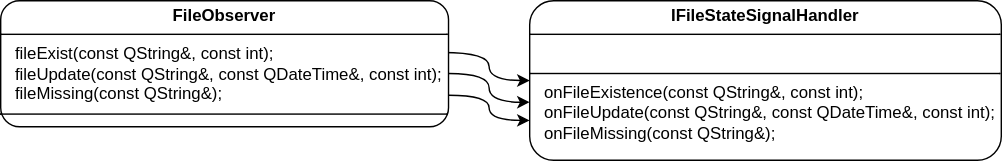
The draw.io diagram ReadmeDoc/SignalsAndSlots.svg in ILoveHumanity/FileWarden, before a commit. Source tidied: cells renumbered, new cells last; positions are measured from the earlier drawing's top-left corner, leaving out a move shared by most shapes.
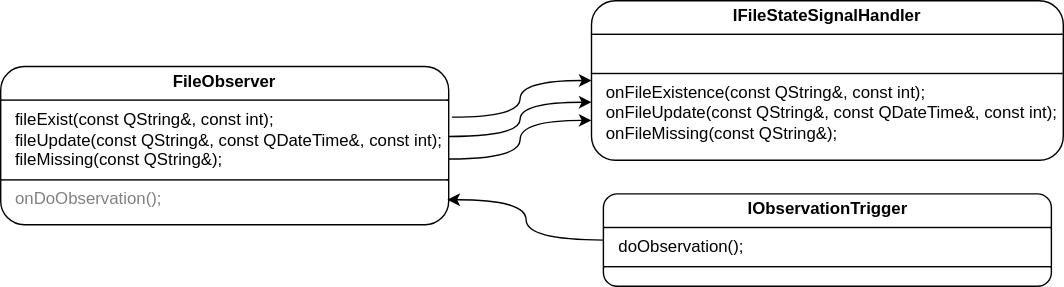
After the change.

Change to the diagram source:
```diff
@@ -2,20 +2,26 @@
   <root>
     <mxCell id="0" />
     <mxCell id="1" parent="0" />
-    <mxCell id="2" style="edgeStyle=orthogonalEdgeStyle;rounded=0;jettySize=auto;html=1;exitX=0.987;exitY=0.411;exitDx=0;exitDy=0;entryX=0;entryY=0.5;entryDx=0;entryDy=0;exitPerimeter=0;curved=1;" parent="1" edge="1" source="3" target="4">
+    <mxCell id="2" style="edgeStyle=orthogonalEdgeStyle;rounded=0;jettySize=auto;html=1;entryX=0;entryY=0.5;entryDx=0;entryDy=0;curved=1;exitX=1.007;exitY=0.32;exitDx=0;exitDy=0;exitPerimeter=0;" parent="1" edge="1" source="3" target="4">
       <mxGeometry relative="1" as="geometry" />
     </mxCell>
-    <mxCell id="3" value="&lt;p style=&quot;margin: 4px 0px 0px;&quot;&gt;&lt;b&gt;FileObserver&lt;/b&gt;&lt;/p&gt;&lt;hr size=&quot;1&quot; style=&quot;border-style:solid;&quot;&gt;&lt;p style=&quot;text-align: left; margin: 0px 0px 0px 4px;&quot;&gt;&amp;nbsp; fileExist(const QString&amp;amp;, const int);&lt;/p&gt;&lt;p style=&quot;text-align: left; margin: 0px 0px 0px 4px;&quot;&gt;&amp;nbsp; fileUpdate(const QString&amp;amp;,&amp;nbsp;&lt;span style=&quot;background-color: transparent; color: light-dark(rgb(0, 0, 0), rgb(255, 255, 255));&quot;&gt;const QDateTime&amp;amp;&lt;/span&gt;&lt;span style=&quot;background-color: transparent; color: light-dark(rgb(0, 0, 0), rgb(255, 255, 255));&quot;&gt;, const int);&lt;/span&gt;&lt;/p&gt;&lt;p style=&quot;text-align: left; margin: 0px 0px 0px 4px;&quot;&gt;&amp;nbsp; fileMissing(const QString&amp;amp;);&lt;/p&gt;&lt;hr size=&quot;1&quot; style=&quot;border-style:solid;&quot;&gt;&lt;p style=&quot;margin:0px;margin-left:4px;&quot;&gt;&lt;br&gt;&lt;/p&gt;" style="verticalAlign=top;align=center;overflow=fill;html=1;whiteSpace=wrap;rounded=1;" parent="1" vertex="1">
-      <mxGeometry width="320" height="90" as="geometry" />
+    <mxCell id="3" value="&lt;p style=&quot;margin: 4px 0px 0px;&quot;&gt;&lt;b&gt;FileObserver&lt;/b&gt;&lt;/p&gt;&lt;hr size=&quot;1&quot; style=&quot;border-style:solid;&quot;&gt;&lt;p style=&quot;text-align: left; margin: 0px 0px 0px 4px;&quot;&gt;&amp;nbsp; fileExist(const QString&amp;amp;, const int);&lt;/p&gt;&lt;p style=&quot;text-align: left; margin: 0px 0px 0px 4px;&quot;&gt;&amp;nbsp; fileUpdate(const QString&amp;amp;,&amp;nbsp;&lt;span style=&quot;background-color: transparent; color: light-dark(rgb(0, 0, 0), rgb(255, 255, 255));&quot;&gt;const QDateTime&amp;amp;&lt;/span&gt;&lt;span style=&quot;background-color: transparent; color: light-dark(rgb(0, 0, 0), rgb(255, 255, 255));&quot;&gt;, const int);&lt;/span&gt;&lt;/p&gt;&lt;p style=&quot;text-align: left; margin: 0px 0px 0px 4px;&quot;&gt;&amp;nbsp; fileMissing(const QString&amp;amp;);&lt;/p&gt;&lt;hr size=&quot;1&quot; style=&quot;border-style:solid;&quot;&gt;&lt;font&gt;&lt;div style=&quot;&quot;&gt;&lt;p style=&quot;text-align: left; margin: 0px 0px 0px 4px;&quot;&gt;&lt;font style=&quot;color: light-dark(rgb(128, 128, 128), rgb(255, 255, 255));&quot;&gt;&amp;nbsp; &lt;/font&gt;&lt;span style=&quot;text-align: center;&quot;&gt;&lt;font style=&quot;color: light-dark(rgb(128, 128, 128), rgb(255, 255, 255));&quot;&gt;onDoObservation();&lt;/font&gt;&lt;/span&gt;&lt;/p&gt;&lt;/div&gt;&lt;/font&gt;&lt;div&gt;&lt;p style=&quot;text-align: left; margin: 0px 0px 0px 4px;&quot;&gt;&lt;br&gt;&lt;/p&gt;&lt;/div&gt;" style="verticalAlign=top;align=center;overflow=fill;html=1;whiteSpace=wrap;rounded=1;" parent="1" vertex="1">
+      <mxGeometry x="-33" y="41" width="320" height="113" as="geometry" />
     </mxCell>
     <mxCell id="4" value="&lt;p style=&quot;margin: 4px 0px 0px;&quot;&gt;&lt;span style=&quot;background-color: transparent;&quot;&gt;&lt;b&gt;IFileStateSignalHandler&lt;/b&gt;&lt;/span&gt;&lt;/p&gt;&lt;hr size=&quot;1&quot; style=&quot;border-style:solid;&quot;&gt;&lt;p style=&quot;text-align: left; margin: 0px 0px 0px 4px;&quot;&gt;&lt;br&gt;&lt;/p&gt;&lt;hr size=&quot;1&quot; style=&quot;border-style:solid;&quot;&gt;&lt;p style=&quot;text-align: left; margin: 0px 0px 0px 4px;&quot;&gt;&amp;nbsp; onFileExistence(const QString&amp;amp;, const int);&lt;/p&gt;&lt;p style=&quot;text-align: left; margin: 0px 0px 0px 4px;&quot;&gt;&amp;nbsp; onFileUpdate(const QString&amp;amp;, const QDateTime&amp;amp;, const int);&lt;/p&gt;&lt;p style=&quot;text-align: left; margin: 0px 0px 0px 4px;&quot;&gt;&amp;nbsp; onFileMissing(const QString&amp;amp;);&lt;/p&gt;" style="verticalAlign=top;align=center;overflow=fill;html=1;whiteSpace=wrap;rounded=1;" parent="1" vertex="1">
-      <mxGeometry x="378" width="337" height="114" as="geometry" />
+      <mxGeometry x="389" y="-6" width="337" height="114" as="geometry" />
     </mxCell>
-    <mxCell id="5" style="edgeStyle=orthogonalEdgeStyle;rounded=0;jettySize=auto;html=1;exitX=1;exitY=0.578;exitDx=0;exitDy=0;entryX=0;entryY=0.636;entryDx=0;entryDy=0;curved=1;entryPerimeter=0;exitPerimeter=0;" parent="1" edge="1" source="3" target="4">
+    <mxCell id="5" style="edgeStyle=orthogonalEdgeStyle;rounded=0;jettySize=auto;html=1;exitX=1;exitY=0.442;exitDx=0;exitDy=0;entryX=0;entryY=0.636;entryDx=0;entryDy=0;curved=1;entryPerimeter=0;exitPerimeter=0;" parent="1" edge="1" source="3" target="4">
       <mxGeometry relative="1" as="geometry" />
     </mxCell>
-    <mxCell id="6" style="edgeStyle=orthogonalEdgeStyle;rounded=0;jettySize=auto;html=1;exitX=1;exitY=0.75;exitDx=0;exitDy=0;entryX=0;entryY=0.75;entryDx=0;entryDy=0;curved=1;" parent="1" edge="1" source="3" target="4">
+    <mxCell id="6" style="edgeStyle=orthogonalEdgeStyle;rounded=0;jettySize=auto;html=1;entryX=0;entryY=0.75;entryDx=0;entryDy=0;curved=1;exitX=1;exitY=0.585;exitDx=0;exitDy=0;exitPerimeter=0;" parent="1" edge="1" source="3" target="4">
       <mxGeometry relative="1" as="geometry" />
     </mxCell>
+    <mxCell id="7" value="&lt;p style=&quot;margin: 4px 0px 0px;&quot;&gt;&lt;b&gt;IObservationTrigger&lt;/b&gt;&lt;/p&gt;&lt;hr size=&quot;1&quot; style=&quot;border-style:solid;&quot;&gt;&lt;p style=&quot;text-align: left; margin: 0px 0px 0px 4px;&quot;&gt;&amp;nbsp;&amp;nbsp;&lt;span style=&quot;background-color: transparent; text-align: center;&quot;&gt;doObservation();&lt;/span&gt;&lt;br&gt;&lt;/p&gt;&lt;hr size=&quot;1&quot; style=&quot;border-style:solid;&quot;&gt;&lt;font&gt;&lt;div style=&quot;&quot;&gt;&lt;p style=&quot;text-align: left; margin: 0px 0px 0px 4px;&quot;&gt;&lt;font style=&quot;color: light-dark(rgb(128, 128, 128), rgb(255, 255, 255));&quot;&gt;&amp;nbsp;&lt;/font&gt;&lt;/p&gt;&lt;/div&gt;&lt;/font&gt;&lt;div&gt;&lt;p style=&quot;text-align: left; margin: 0px 0px 0px 4px;&quot;&gt;&lt;br&gt;&lt;/p&gt;&lt;/div&gt;" style="verticalAlign=top;align=center;overflow=fill;html=1;whiteSpace=wrap;rounded=1;" parent="1" vertex="1">
+      <mxGeometry x="397.5" y="132" width="320" height="66" as="geometry" />
+    </mxCell>
+    <mxCell id="8" style="edgeStyle=orthogonalEdgeStyle;rounded=0;jettySize=auto;html=1;entryX=0.997;entryY=0.842;entryDx=0;entryDy=0;entryPerimeter=0;curved=1;" parent="1" edge="1" source="7" target="3">
+      <mxGeometry relative="1" as="geometry" />
+    </mxCell>
   </root>
 </mxGraphModel>
```
